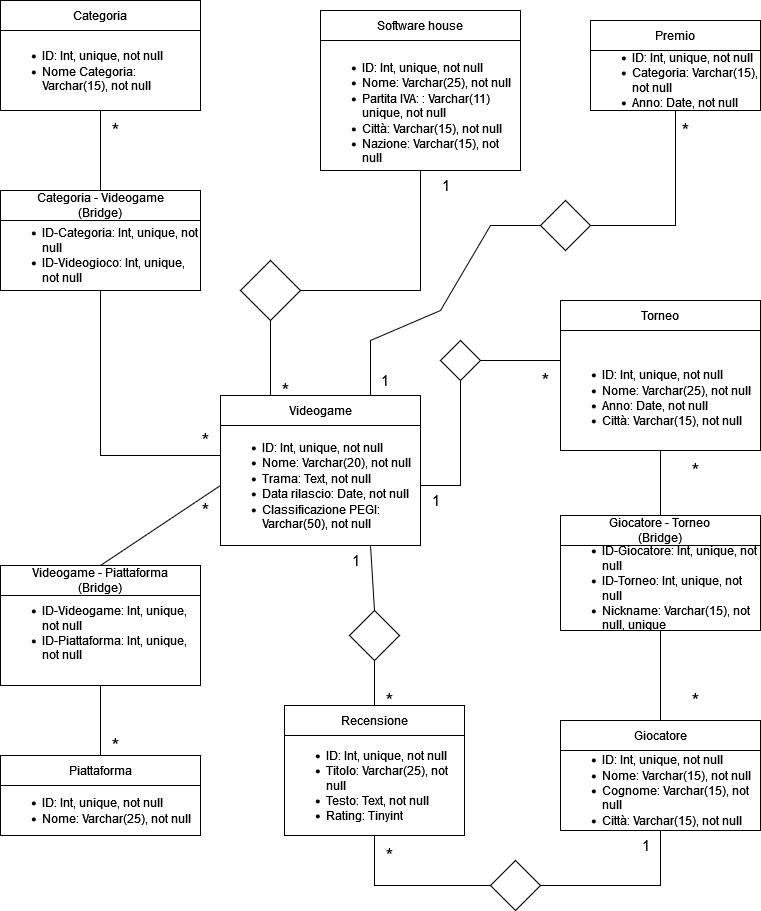
Denis-92/db-videogames keeps this draw.io diagram as e-sports.drawio.png. Above is the earlier version. Source tidied: cells renumbered, new cells last; positions are measured from the earlier drawing's top-left corner, leaving out a move shared by most shapes.
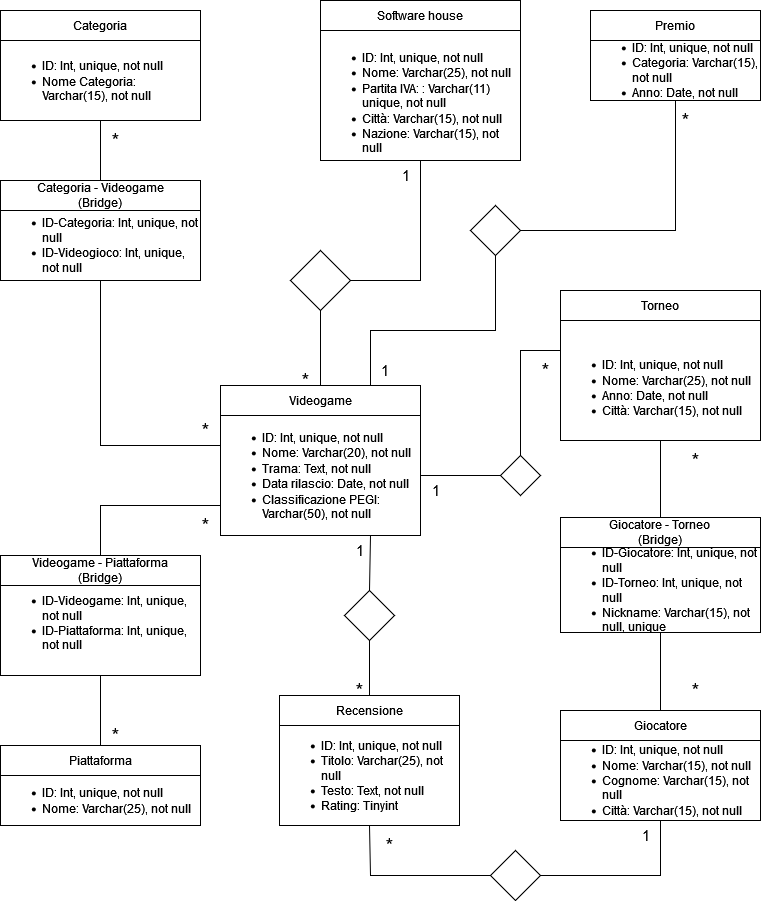
The same diagram one commit later.

Commit message:
change: layout improved

What changed in the source:
```diff
@@ -15,10 +15,10 @@
       <mxGeometry x="320" y="10" width="200" height="30" as="geometry" />
     </mxCell>
     <mxCell id="6" style="rhombus;whiteSpace=wrap;html=1;" parent="1" vertex="1">
-      <mxGeometry x="240" y="260" width="60" height="60" as="geometry" />
+      <mxGeometry x="290" y="260" width="60" height="60" as="geometry" />
     </mxCell>
     <mxCell id="7" value="1" style="text;html=1;align=center;verticalAlign=middle;strokeColor=none;fillColor=none;fontSize=15;" parent="1" vertex="1">
-      <mxGeometry x="430" y="170" width="30" height="30" as="geometry" />
+      <mxGeometry x="390" y="170" width="30" height="30" as="geometry" />
     </mxCell>
     <mxCell id="8" value="&lt;div&gt;&lt;ul&gt;&lt;li&gt;ID: Int, unique, not null&lt;br&gt;&lt;/li&gt;&lt;li&gt;Nome: Varchar(25), not null&lt;br&gt;&lt;/li&gt;&lt;/ul&gt;&lt;/div&gt;" style="rounded=0;whiteSpace=wrap;html=1;fontSize=12;align=left;labelPosition=center;verticalLabelPosition=middle;verticalAlign=middle;" parent="1" vertex="1">
       <mxGeometry y="785" width="200" height="50" as="geometry" />
@@ -51,16 +51,16 @@
       <mxGeometry x="680" y="450" width="30" height="40" as="geometry" />
     </mxCell>
     <mxCell id="18" value="&lt;div&gt;&lt;br&gt;&lt;/div&gt;&lt;div&gt;&lt;br&gt;&lt;/div&gt;&lt;ul&gt;&lt;li&gt;ID-Giocatore: Int, unique, not null&lt;br&gt;&lt;/li&gt;&lt;li&gt;ID-Torneo: Int, unique, not null&lt;br&gt;&lt;/li&gt;&lt;li&gt;Nickname: Varchar(15), not null, unique&lt;br&gt;&lt;/li&gt;&lt;/ul&gt;" style="rounded=0;whiteSpace=wrap;html=1;fontSize=12;align=left;" parent="1" vertex="1">
-      <mxGeometry x="560" y="515" width="200" height="115" as="geometry" />
+      <mxGeometry x="560" y="527" width="200" height="115" as="geometry" />
     </mxCell>
     <mxCell id="19" value="&lt;div&gt;Giocatore - Torneo&lt;br&gt;&lt;/div&gt;&lt;div&gt;(Bridge)&lt;br&gt;&lt;/div&gt;" style="rounded=0;whiteSpace=wrap;html=1;" parent="1" vertex="1">
-      <mxGeometry x="560" y="515" width="200" height="30" as="geometry" />
+      <mxGeometry x="560" y="527" width="200" height="30" as="geometry" />
     </mxCell>
     <mxCell id="20" value="&lt;div align=&quot;left&quot;&gt;&lt;ul&gt;&lt;li&gt;ID: Int, unique, not null&lt;br&gt;&lt;/li&gt;&lt;li&gt;Titolo: Varchar(25), not null&lt;/li&gt;&lt;li&gt;Testo: Text, not null&lt;br&gt;&lt;/li&gt;&lt;li&gt;Rating: Tinyint&lt;br&gt;&lt;/li&gt;&lt;/ul&gt;&lt;/div&gt;" style="rounded=0;whiteSpace=wrap;html=1;fontSize=12;align=left;" parent="1" vertex="1">
-      <mxGeometry x="284" y="735" width="180" height="100" as="geometry" />
+      <mxGeometry x="279" y="735" width="180" height="100" as="geometry" />
     </mxCell>
     <mxCell id="21" value="Recensione" style="rounded=0;whiteSpace=wrap;html=1;" parent="1" vertex="1">
-      <mxGeometry x="284" y="705" width="180" height="30" as="geometry" />
+      <mxGeometry x="279" y="705" width="180" height="30" as="geometry" />
     </mxCell>
     <mxCell id="22" style="rhombus;whiteSpace=wrap;html=1;fontSize=12;" parent="1" vertex="1">
       <mxGeometry x="490" y="860" width="50" height="50" as="geometry" />
@@ -75,19 +75,19 @@
       <mxGeometry x="590" y="20" width="170" height="30" as="geometry" />
     </mxCell>
     <mxCell id="26" style="rhombus;whiteSpace=wrap;html=1;fontSize=12;" parent="1" vertex="1">
-      <mxGeometry x="540" y="200" width="50" height="50" as="geometry" />
+      <mxGeometry x="470" y="215" width="50" height="50" as="geometry" />
     </mxCell>
     <mxCell id="27" value="&lt;div align=&quot;left&quot;&gt;&lt;ul&gt;&lt;li&gt;ID: Int, unique, not null&lt;/li&gt;&lt;li&gt;Nome Categoria: Varchar(15), not null&lt;/li&gt;&lt;/ul&gt;&lt;/div&gt;" style="rounded=0;whiteSpace=wrap;html=1;fontSize=12;align=left;" parent="1" vertex="1">
-      <mxGeometry y="30" width="200" height="80" as="geometry" />
+      <mxGeometry y="50" width="200" height="80" as="geometry" />
     </mxCell>
     <mxCell id="28" value="Categoria" style="rounded=0;whiteSpace=wrap;html=1;" parent="1" vertex="1">
-      <mxGeometry width="200" height="30" as="geometry" />
+      <mxGeometry y="20" width="200" height="30" as="geometry" />
     </mxCell>
     <mxCell id="29" value="*" style="text;html=1;align=center;verticalAlign=middle;strokeColor=none;fillColor=none;fontSize=20;" parent="1" vertex="1">
-      <mxGeometry x="100" y="110" width="30" height="40" as="geometry" />
+      <mxGeometry x="100" y="130" width="30" height="40" as="geometry" />
     </mxCell>
     <mxCell id="30" style="rhombus;whiteSpace=wrap;html=1;fontSize=12;" parent="1" vertex="1">
-      <mxGeometry x="440" y="340" width="40" height="40" as="geometry" />
+      <mxGeometry x="500" y="465" width="40" height="40" as="geometry" />
     </mxCell>
     <mxCell id="31" style="endArrow=none;html=1;rounded=0;fontSize=12;exitX=1;exitY=0.5;exitDx=0;exitDy=0;entryX=0.5;entryY=1;entryDx=0;entryDy=0;" parent="1" edge="1" source="22" target="15">
       <mxGeometry relative="1" as="geometry">
@@ -99,7 +99,7 @@
     <mxCell id="32" style="endArrow=none;html=1;rounded=0;fontSize=12;exitX=0.5;exitY=1;exitDx=0;exitDy=0;entryX=0;entryY=0.5;entryDx=0;entryDy=0;" parent="1" edge="1" source="20" target="22">
       <mxGeometry relative="1" as="geometry">
         <Array as="points">
-          <mxPoint x="374" y="885" />
+          <mxPoint x="370" y="885" />
         </Array>
       </mxGeometry>
     </mxCell>
@@ -110,16 +110,13 @@
       <mxGeometry x="630" y="830" width="30" height="30" as="geometry" />
     </mxCell>
     <mxCell id="35" style="rhombus;whiteSpace=wrap;html=1;fontSize=12;" parent="1" vertex="1">
-      <mxGeometry x="349" y="610" width="50" height="50" as="geometry" />
+      <mxGeometry x="344" y="600" width="50" height="50" as="geometry" />
     </mxCell>
     <mxCell id="36" style="endArrow=none;html=1;rounded=0;fontSize=12;entryX=0.5;entryY=1;entryDx=0;entryDy=0;exitX=0.5;exitY=0;exitDx=0;exitDy=0;" parent="1" edge="1" source="21" target="35">
       <mxGeometry relative="1" as="geometry" />
     </mxCell>
-    <mxCell id="37" value="*" style="text;html=1;align=center;verticalAlign=middle;strokeColor=none;fillColor=none;fontSize=20;" parent="1" vertex="1">
-      <mxGeometry x="374" y="680" width="30" height="40" as="geometry" />
-    </mxCell>
     <mxCell id="38" value="*" style="text;html=1;align=center;verticalAlign=middle;strokeColor=none;fillColor=none;fontSize=20;" parent="1" vertex="1">
-      <mxGeometry x="190" y="490" width="30" height="40" as="geometry" />
+      <mxGeometry x="190" y="515" width="30" height="40" as="geometry" />
     </mxCell>
     <mxCell id="39" style="endArrow=none;html=1;rounded=0;fontSize=12;entryX=0.5;entryY=1;entryDx=0;entryDy=0;exitX=1;exitY=0.5;exitDx=0;exitDy=0;" parent="1" edge="1" source="6" target="4">
       <mxGeometry relative="1" as="geometry">
@@ -128,30 +125,38 @@
         </Array>
       </mxGeometry>
     </mxCell>
-    <mxCell id="40" style="endArrow=none;html=1;rounded=0;fontSize=12;entryX=0.5;entryY=1;entryDx=0;entryDy=0;exitX=0.25;exitY=0;exitDx=0;exitDy=0;" parent="1" edge="1" source="3" target="6">
+    <mxCell id="40" style="endArrow=none;html=1;rounded=0;fontSize=12;entryX=0.5;entryY=1;entryDx=0;entryDy=0;exitX=0.5;exitY=0;exitDx=0;exitDy=0;" parent="1" edge="1" source="3" target="6">
       <mxGeometry relative="1" as="geometry" />
     </mxCell>
     <mxCell id="41" value="*" style="text;html=1;align=center;verticalAlign=middle;strokeColor=none;fillColor=none;fontSize=20;" parent="1" vertex="1">
-      <mxGeometry x="270" y="370" width="30" height="40" as="geometry" />
+      <mxGeometry x="290" y="370" width="30" height="40" as="geometry" />
     </mxCell>
     <mxCell id="42" style="endArrow=none;html=1;rounded=0;fontSize=12;entryX=0.75;entryY=1;entryDx=0;entryDy=0;exitX=0.5;exitY=0;exitDx=0;exitDy=0;" parent="1" edge="1" source="35" target="2">
       <mxGeometry relative="1" as="geometry" />
     </mxCell>
     <mxCell id="43" value="1" style="text;html=1;align=center;verticalAlign=middle;strokeColor=none;fillColor=none;fontSize=15;" parent="1" vertex="1">
-      <mxGeometry x="340" y="545" width="30" height="30" as="geometry" />
+      <mxGeometry x="344" y="545" width="30" height="30" as="geometry" />
     </mxCell>
-    <mxCell id="44" style="endArrow=none;html=1;rounded=0;fontSize=12;exitX=1;exitY=0.5;exitDx=0;exitDy=0;entryX=0.5;entryY=1;entryDx=0;entryDy=0;" parent="1" edge="1" source="2" target="30">
+    <mxCell id="44" style="endArrow=none;html=1;rounded=0;fontSize=12;exitX=1;exitY=0.5;exitDx=0;exitDy=0;entryX=0;entryY=0.5;entryDx=0;entryDy=0;" parent="1" edge="1" source="2" target="30">
       <mxGeometry relative="1" as="geometry">
         <Array as="points">
           <mxPoint x="460" y="485" />
         </Array>
       </mxGeometry>
     </mxCell>
-    <mxCell id="45" style="endArrow=none;html=1;rounded=0;fontSize=12;exitX=1;exitY=0.5;exitDx=0;exitDy=0;entryX=0;entryY=0.25;entryDx=0;entryDy=0;" parent="1" edge="1" source="30" target="11">
-      <mxGeometry relative="1" as="geometry" />
+    <mxCell id="45" style="endArrow=none;html=1;rounded=0;fontSize=12;exitX=0.5;exitY=0;exitDx=0;exitDy=0;entryX=0;entryY=0.25;entryDx=0;entryDy=0;" parent="1" edge="1" source="30" target="11">
+      <mxGeometry relative="1" as="geometry">
+        <Array as="points">
+          <mxPoint x="520" y="360" />
+        </Array>
+      </mxGeometry>
     </mxCell>
-    <mxCell id="46" style="endArrow=none;html=1;rounded=0;fontSize=12;exitX=0.5;exitY=0;exitDx=0;exitDy=0;entryX=0;entryY=0.5;entryDx=0;entryDy=0;" parent="1" edge="1" source="14" target="2">
-      <mxGeometry relative="1" as="geometry" />
+    <mxCell id="46" style="endArrow=none;html=1;rounded=0;fontSize=12;exitX=0.5;exitY=0;exitDx=0;exitDy=0;entryX=0;entryY=0.75;entryDx=0;entryDy=0;" parent="1" edge="1" source="14" target="2">
+      <mxGeometry relative="1" as="geometry">
+        <Array as="points">
+          <mxPoint x="100" y="515" />
+        </Array>
+      </mxGeometry>
     </mxCell>
     <mxCell id="47" style="endArrow=none;html=1;rounded=0;fontSize=12;entryX=0.5;entryY=1;entryDx=0;entryDy=0;exitX=0.5;exitY=0;exitDx=0;exitDy=0;" parent="1" edge="1" source="9" target="13">
       <mxGeometry relative="1" as="geometry" />
@@ -165,16 +170,15 @@
     <mxCell id="50" style="endArrow=none;html=1;rounded=0;fontSize=12;exitX=1;exitY=0.5;exitDx=0;exitDy=0;entryX=0.5;entryY=1;entryDx=0;entryDy=0;" parent="1" edge="1" source="26" target="24">
       <mxGeometry relative="1" as="geometry">
         <Array as="points">
-          <mxPoint x="675" y="225" />
+          <mxPoint x="675" y="240" />
         </Array>
       </mxGeometry>
     </mxCell>
-    <mxCell id="51" style="endArrow=none;html=1;rounded=0;fontSize=12;entryX=0;entryY=0.5;entryDx=0;entryDy=0;exitX=0.75;exitY=0;exitDx=0;exitDy=0;" parent="1" edge="1" source="3" target="26">
+    <mxCell id="51" style="endArrow=none;html=1;rounded=0;fontSize=12;entryX=0.5;entryY=1;entryDx=0;entryDy=0;exitX=0.75;exitY=0;exitDx=0;exitDy=0;" parent="1" edge="1" source="3" target="26">
       <mxGeometry relative="1" as="geometry">
         <Array as="points">
           <mxPoint x="370" y="340" />
-          <mxPoint x="440" y="310" />
-          <mxPoint x="490" y="225" />
+          <mxPoint x="495" y="340" />
         </Array>
       </mxGeometry>
     </mxCell>
@@ -209,5 +213,8 @@
     <mxCell id="60" value="*" style="text;html=1;align=center;verticalAlign=middle;strokeColor=none;fillColor=none;fontSize=20;" parent="1" vertex="1">
       <mxGeometry x="530" y="360" width="30" height="40" as="geometry" />
     </mxCell>
+    <mxCell id="37" value="*" style="text;html=1;align=center;verticalAlign=middle;strokeColor=none;fillColor=none;fontSize=20;" parent="1" vertex="1">
+      <mxGeometry x="344" y="680" width="30" height="40" as="geometry" />
+    </mxCell>
   </root>
 </mxGraphModel>
```
